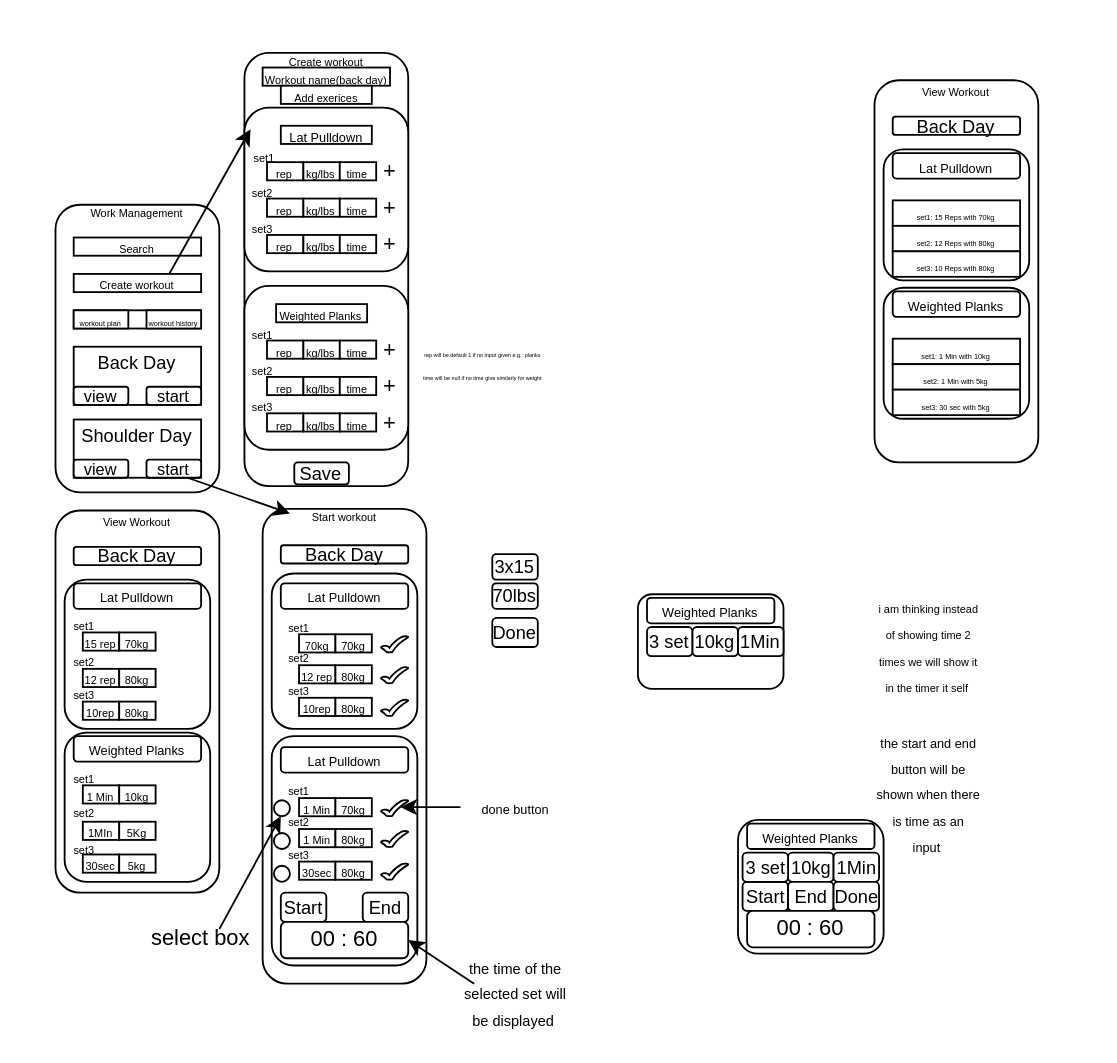
The draw.io diagram Backend/workout_page.drawio in Madannadar/Gym-site, before the edit. Source tidied: cells renumbered, new cells numbered last; positions are measured from the earlier drawing's top-left corner, leaving out a move shared by most shapes. Both pictures are drawn from the tidied source at 182%, with x=0, y=0 at pixel (29, 31).
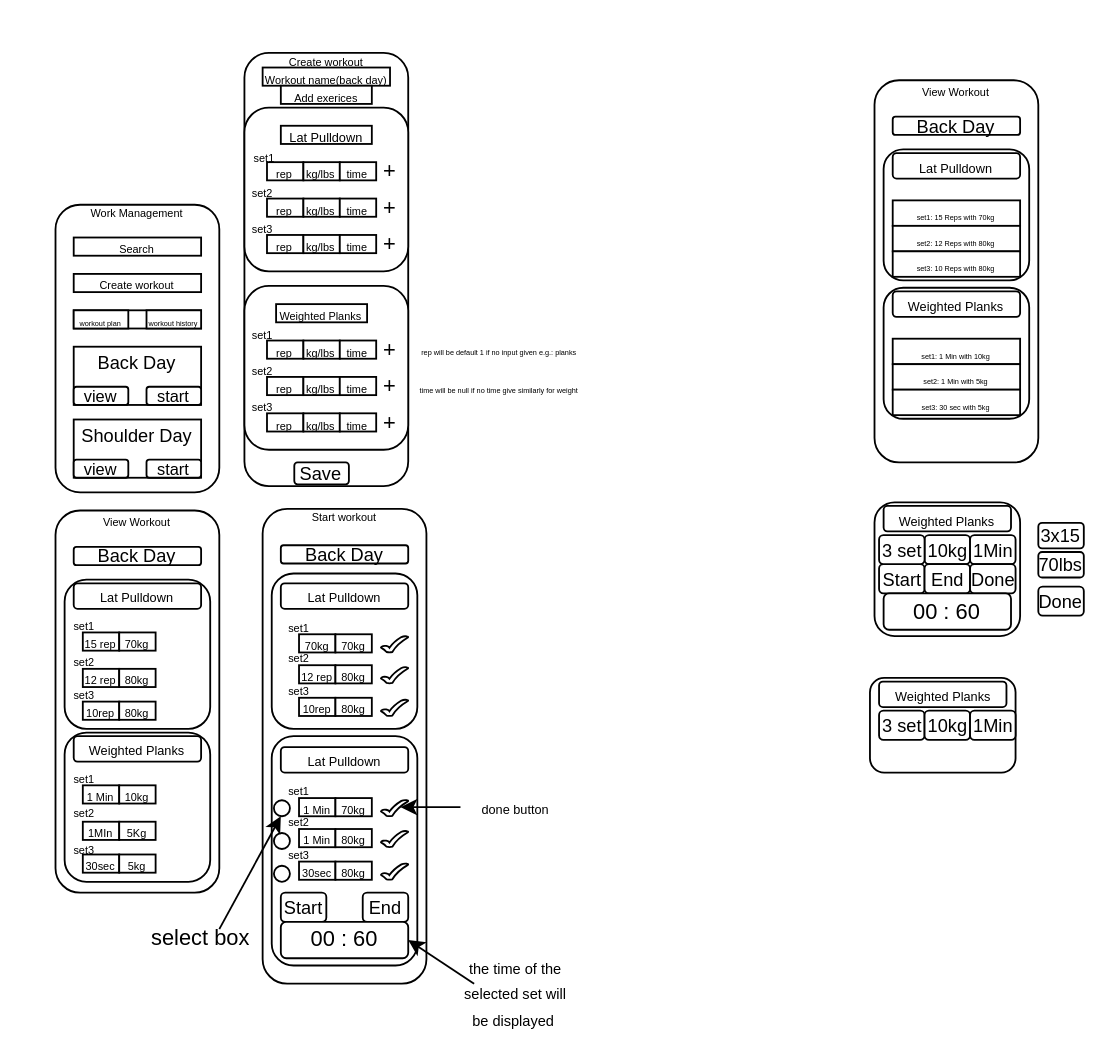
The same page after the edit.

Unchanged cells that the change refers to:
```xml
<mxCell id="8" value="&lt;font style=&quot;font-size: 9px;&quot;&gt;start&lt;/font&gt;" style="rounded=1;whiteSpace=wrap;html=1;" parent="1" vertex="1">
  <mxGeometry x="64" y="235" width="30" height="10" as="geometry" />
</mxCell>
<mxCell id="9" value="&lt;font style=&quot;font-size: 6px;&quot;&gt;Create workout&lt;/font&gt;" style="rounded=0;whiteSpace=wrap;html=1;" parent="1" vertex="1">
  <mxGeometry x="24" y="133" width="70" height="10" as="geometry" />
</mxCell>
<mxCell id="15" style="rounded=1;whiteSpace=wrap;html=1;" parent="1" vertex="1">
  <mxGeometry x="117.8" y="11.6" width="90" height="238" as="geometry" />
</mxCell>
<mxCell id="39" value="&lt;span style=&quot;font-size: 6px;&quot;&gt;Start workout&lt;/span&gt;" style="text;html=1;align=center;verticalAlign=middle;whiteSpace=wrap;rounded=0;" parent="1" vertex="1">
  <mxGeometry x="142.8" y="249.6" width="60" height="30" as="geometry" />
</mxCell>
```

Change to the diagram source:
```diff
@@
     <mxCell id="27" style="rounded=1;whiteSpace=wrap;html=1;" parent="1" vertex="1">
-      <mxGeometry x="334" y="309" width="80" height="52" as="geometry" />
+      <mxGeometry x="461.5" y="355" width="80" height="52" as="geometry" />
     </mxCell>
     <mxCell id="28" value="&lt;span style=&quot;font-size: 7px;&quot;&gt;Weighted Planks&lt;/span&gt;" style="rounded=1;whiteSpace=wrap;html=1;" parent="1" vertex="1">
-      <mxGeometry x="339" y="311" width="70" height="14" as="geometry" />
+      <mxGeometry x="466.5" y="357" width="70" height="14" as="geometry" />
     </mxCell>
     <mxCell id="29" value="&lt;font style=&quot;font-size: 10px;&quot;&gt;3 set&lt;/font&gt;" style="rounded=1;whiteSpace=wrap;html=1;" parent="1" vertex="1">
-      <mxGeometry x="339" y="327" width="25" height="16" as="geometry" />
+      <mxGeometry x="466.5" y="373" width="25" height="16" as="geometry" />
     </mxCell>
     <mxCell id="30" value="&lt;font style=&quot;font-size: 10px;&quot;&gt;10kg&lt;/font&gt;" style="rounded=1;whiteSpace=wrap;html=1;" parent="1" vertex="1">
-      <mxGeometry x="364" y="327" width="25" height="16" as="geometry" />
+      <mxGeometry x="491.5" y="373" width="25" height="16" as="geometry" />
     </mxCell>
-    <mxCell id="31" style="endArrow=classic;html=1;rounded=0;exitX=0.75;exitY=0;exitDx=0;exitDy=0;entryX=0.037;entryY=0.176;entryDx=0;entryDy=0;entryPerimeter=0;" parent="1" edge="1" source="9" target="15">
-      <mxGeometry relative="1" as="geometry" />
-    </mxCell>
@@
     <mxCell id="36" value="&lt;font style=&quot;font-size: 10px;&quot;&gt;3x15&lt;/font&gt;" style="rounded=1;whiteSpace=wrap;html=1;" parent="1" vertex="1">
-      <mxGeometry x="254" y="287" width="25" height="14" as="geometry" />
+      <mxGeometry x="554" y="269.8" width="25" height="14" as="geometry" />
     </mxCell>
     <mxCell id="37" value="&lt;font style=&quot;font-size: 10px;&quot;&gt;70lbs&lt;/font&gt;" style="rounded=1;whiteSpace=wrap;html=1;" parent="1" vertex="1">
-      <mxGeometry x="254" y="303" width="25" height="14" as="geometry" />
+      <mxGeometry x="554" y="285.8" width="25" height="14" as="geometry" />
     </mxCell>
-    <mxCell id="38" style="endArrow=classic;html=1;rounded=0;entryX=0;entryY=0.5;entryDx=0;entryDy=0;exitX=0.75;exitY=1;exitDx=0;exitDy=0;" parent="1" edge="1" source="8" target="39">
-      <mxGeometry relative="1" as="geometry" />
-    </mxCell>
@@
     <mxCell id="40" value="&lt;font style=&quot;font-size: 10px;&quot;&gt;Done&lt;/font&gt;" style="rounded=1;whiteSpace=wrap;html=1;" parent="1" vertex="1">
-      <mxGeometry x="254" y="322" width="25" height="16" as="geometry" />
+      <mxGeometry x="554" y="304.8" width="25" height="16" as="geometry" />
     </mxCell>
     <mxCell id="41" style="rounded=1;whiteSpace=wrap;html=1;" parent="1" vertex="1">
-      <mxGeometry x="389" y="433" width="80" height="73.5" as="geometry" />
+      <mxGeometry x="464" y="258.5" width="80" height="73.5" as="geometry" />
     </mxCell>
     <mxCell id="42" value="&lt;font style=&quot;font-size: 7px;&quot;&gt;Weighted Planks&lt;/font&gt;" style="rounded=1;whiteSpace=wrap;html=1;" parent="1" vertex="1">
-      <mxGeometry x="394" y="435" width="70" height="14" as="geometry" />
+      <mxGeometry x="469" y="260.5" width="70" height="14" as="geometry" />
     </mxCell>
     <mxCell id="43" value="&lt;font style=&quot;font-size: 10px;&quot;&gt;10kg&lt;/font&gt;" style="rounded=1;whiteSpace=wrap;html=1;" parent="1" vertex="1">
-      <mxGeometry x="416.5" y="451" width="25" height="16" as="geometry" />
+      <mxGeometry x="491.5" y="276.5" width="25" height="16" as="geometry" />
     </mxCell>
     <mxCell id="44" value="&lt;span style=&quot;font-size: 10px;&quot;&gt;1Min&lt;/span&gt;" style="rounded=1;whiteSpace=wrap;html=1;" parent="1" vertex="1">
-      <mxGeometry x="441.5" y="451" width="25" height="16" as="geometry" />
+      <mxGeometry x="516.5" y="276.5" width="25" height="16" as="geometry" />
     </mxCell>
     <mxCell id="45" value="&lt;font style=&quot;font-size: 10px;&quot;&gt;Start&lt;/font&gt;" style="rounded=1;whiteSpace=wrap;html=1;" parent="1" vertex="1">
-      <mxGeometry x="391.5" y="467" width="25" height="16" as="geometry" />
+      <mxGeometry x="466.5" y="292.5" width="25" height="16" as="geometry" />
     </mxCell>
     <mxCell id="46" value="&lt;font style=&quot;font-size: 10px;&quot;&gt;End&lt;/font&gt;" style="rounded=1;whiteSpace=wrap;html=1;" parent="1" vertex="1">
-      <mxGeometry x="416.5" y="467" width="25" height="16" as="geometry" />
+      <mxGeometry x="491.5" y="292.5" width="25" height="16" as="geometry" />
     </mxCell>
     <mxCell id="47" value="&lt;font style=&quot;font-size: 10px;&quot;&gt;Done&lt;/font&gt;" style="rounded=1;whiteSpace=wrap;html=1;" parent="1" vertex="1">
-      <mxGeometry x="441.5" y="467" width="25" height="16" as="geometry" />
+      <mxGeometry x="516.5" y="292.5" width="25" height="16" as="geometry" />
     </mxCell>
     <mxCell id="48" value="00 : 60" style="rounded=1;whiteSpace=wrap;html=1;" parent="1" vertex="1">
-      <mxGeometry x="394" y="483" width="70" height="20" as="geometry" />
+      <mxGeometry x="469" y="308.5" width="70" height="20" as="geometry" />
     </mxCell>
-    <mxCell id="49" value="&lt;font style=&quot;font-size: 7px;&quot;&gt;the start and end button will be shown when there is time as an input&amp;nbsp;&lt;/font&gt;" style="text;html=1;align=center;verticalAlign=middle;whiteSpace=wrap;rounded=0;" parent="1" vertex="1">
-      <mxGeometry x="464" y="403" width="60" height="30" as="geometry" />
-    </mxCell>
-    <mxCell id="50" value="&lt;font style=&quot;font-size: 6px;&quot;&gt;i am thinking instead of showing time 2 times we will show it in the timer it self&amp;nbsp;&lt;/font&gt;" style="text;html=1;align=center;verticalAlign=middle;whiteSpace=wrap;rounded=0;" parent="1" vertex="1">
-      <mxGeometry x="464" y="322" width="60" height="30" as="geometry" />
-    </mxCell>
@@
     <mxCell id="83" value="&lt;span style=&quot;font-size: 10px;&quot;&gt;1Min&lt;/span&gt;" style="rounded=1;whiteSpace=wrap;html=1;" parent="1" vertex="1">
-      <mxGeometry x="389" y="327" width="25" height="16" as="geometry" />
+      <mxGeometry x="516.5" y="373" width="25" height="16" as="geometry" />
     </mxCell>
     <mxCell id="84" value="&lt;span style=&quot;font-size: 10px;&quot;&gt;3 set&lt;/span&gt;" style="rounded=1;whiteSpace=wrap;html=1;" parent="1" vertex="1">
-      <mxGeometry x="391.5" y="451" width="25" height="16" as="geometry" />
+      <mxGeometry x="466.5" y="276.5" width="25" height="16" as="geometry" />
     </mxCell>
@@
-    <mxCell id="88" value="&lt;font style=&quot;font-size: 3px;&quot;&gt;rep will be default 1 if no input given&amp;nbsp;&lt;/font&gt;&lt;span style=&quot;font-size: 3px; background-color: transparent; color: light-dark(rgb(0, 0, 0), rgb(255, 255, 255));&quot;&gt;e.g.: planks&lt;/span&gt;" style="text;html=1;align=center;verticalAlign=middle;whiteSpace=wrap;rounded=0;" parent="1" vertex="1">
-      <mxGeometry x="204" y="159.6" width="90" height="30" as="geometry" />
+    <mxCell id="88" value="&lt;font style=&quot;font-size: 4px;&quot;&gt;&lt;font style=&quot;&quot;&gt;rep will be default 1 if no input given&amp;nbsp;&lt;/font&gt;&lt;span style=&quot;background-color: transparent; color: light-dark(rgb(0, 0, 0), rgb(255, 255, 255));&quot;&gt;e.g.: planks&lt;/span&gt;&lt;/font&gt;" style="text;html=1;align=center;verticalAlign=middle;whiteSpace=wrap;rounded=0;" parent="1" vertex="1">
+      <mxGeometry x="212.8" y="159" width="90" height="30" as="geometry" />
     </mxCell>
-    <mxCell id="89" value="&lt;span style=&quot;font-size: 3px;&quot;&gt;time will be null if no time give similarly for weight&lt;/span&gt;" style="text;html=1;align=center;verticalAlign=middle;whiteSpace=wrap;rounded=0;" parent="1" vertex="1">
-      <mxGeometry x="204" y="173" width="90" height="30" as="geometry" />
+    <mxCell id="89" value="&lt;font style=&quot;font-size: 4px;&quot;&gt;time will be null if no time give similarly for weight&lt;/font&gt;" style="text;html=1;align=center;verticalAlign=middle;whiteSpace=wrap;rounded=0;" parent="1" vertex="1">
+      <mxGeometry x="212.8" y="179.6" width="90" height="30" as="geometry" />
     </mxCell>
```
